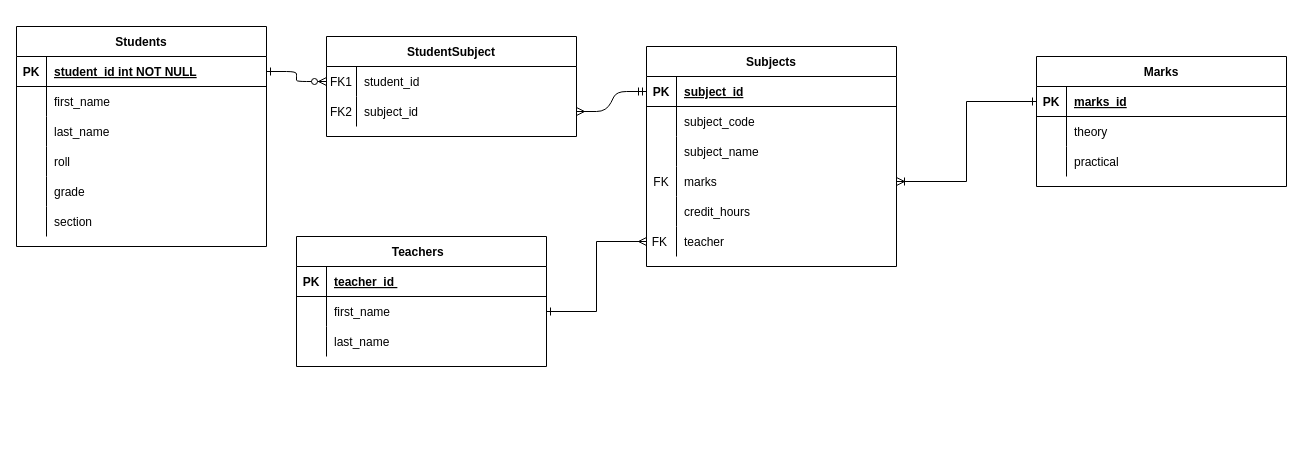
Bhuwan-web/gradesheet keeps this draw.io diagram as student_record/Untitled Diagram.drawio. Above is the earlier version. Source tidied: cells renumbered, new cells numbered last; positions are measured from the earlier drawing's top-left corner, leaving out a move shared by most shapes. Both pictures are drawn from the tidied source at 100%, with x=0, y=0 at pixel (16, 26).
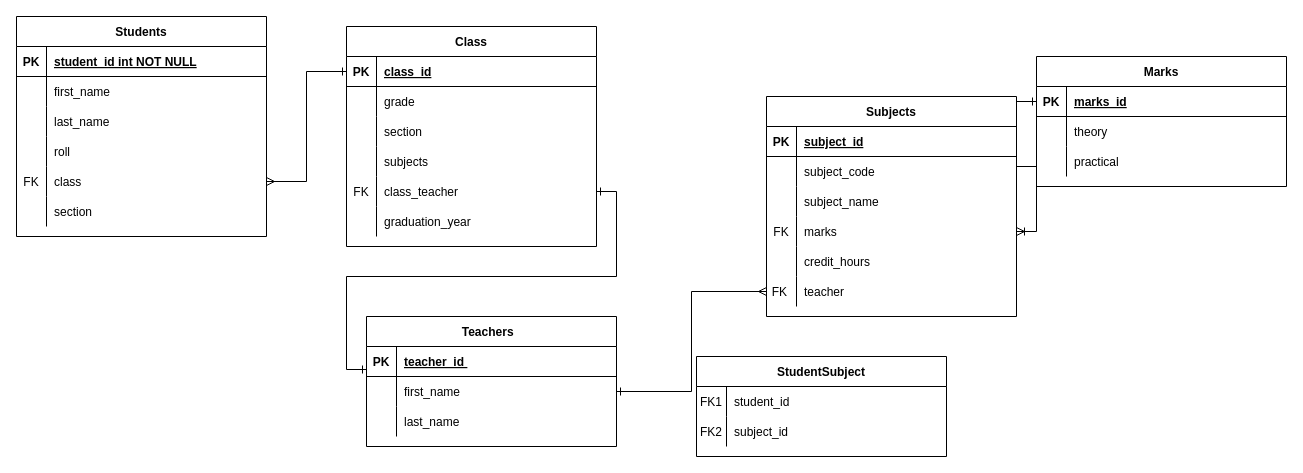
Above is the later version.

The change refers to these unchanged cells:
```xml
<mxCell id="5" style="shape=partialRectangle;fillColor=none;points=[[0,0.5],[1,0.5]];portConstraint=eastwest;top=0;left=0;right=0;bottom=0;" parent="4" vertex="1">
  <mxGeometry y="30" width="250" height="30" as="geometry" />
</mxCell>
<mxCell id="8" style="shape=partialRectangle;fillColor=none;points=[[0,0.5],[1,0.5]];portConstraint=eastwest;top=0;left=0;right=0;bottom=0;" parent="4" vertex="1">
  <mxGeometry y="60" width="250" height="30" as="geometry" />
</mxCell>
<mxCell id="12" style="shape=partialRectangle;fillColor=none;points=[[0,0.5],[1,0.5]];portConstraint=eastwest;top=0;left=0;right=0;bottom=1;" parent="11" vertex="1">
  <mxGeometry y="30" width="250" height="30" as="geometry" />
</mxCell>
<mxCell id="41" style="shape=partialRectangle;fillColor=none;points=[[0,0.5],[1,0.5]];portConstraint=eastwest;top=0;left=0;right=0;bottom=1;" parent="40" vertex="1">
  <mxGeometry y="30" width="250" height="30" as="geometry" />
</mxCell>
<mxCell id="53" style="shape=partialRectangle;fillColor=none;points=[[0,0.5],[1,0.5]];portConstraint=eastwest;top=0;left=0;right=0;bottom=0;" parent="40" vertex="1">
  <mxGeometry y="150" width="250" height="30" as="geometry" />
</mxCell>
<mxCell id="60" style="shape=partialRectangle;fillColor=none;points=[[0,0.5],[1,0.5]];portConstraint=eastwest;top=0;left=0;right=0;bottom=1;" parent="59" vertex="1">
  <mxGeometry y="30" width="250" height="30" as="geometry" />
</mxCell>
```

Diff of the diagram source:
```diff
@@
-    <mxCell id="2" style="edgeStyle=entityRelationEdgeStyle;endArrow=ERzeroToMany;startArrow=ERone;endFill=1;startFill=0;" parent="1" edge="1" source="41" target="5">
-      <mxGeometry relative="1" as="geometry" />
-    </mxCell>
-    <mxCell id="3" style="edgeStyle=entityRelationEdgeStyle;endArrow=ERmandOne;startArrow=ERmany;endFill=0;startFill=0;entryX=0;entryY=0.5;entryDx=0;entryDy=0;" parent="1" edge="1" source="8" target="12">
-      <mxGeometry relative="1" as="geometry">
-        <Array as="points">
-          <mxPoint x="727" y="133" />
-        </Array>
-      </mxGeometry>
-    </mxCell>
     <mxCell id="4" value="StudentSubject" style="shape=table;startSize=30;childLayout=tableLayout;rowLines=0;fontStyle=1;align=center;" parent="1" vertex="1">
-      <mxGeometry x="310" y="10" width="250" height="100" as="geometry" />
+      <mxGeometry x="680" y="330" width="250" height="100" as="geometry" />
     </mxCell>
@@
     <mxCell id="11" value="Subjects" style="shape=table;startSize=30;childLayout=tableLayout;rowLines=0;fontStyle=1;align=center;" parent="1" vertex="1">
-      <mxGeometry x="630" y="20" width="250" height="220" as="geometry" />
+      <mxGeometry x="750" y="70" width="250" height="220" as="geometry" />
     </mxCell>
@@
     <mxCell id="40" value="Students" style="shape=table;startSize=30;childLayout=tableLayout;rowLines=0;fontStyle=1;align=center;" parent="1" vertex="1">
-      <mxGeometry width="250" height="220" as="geometry" />
+      <mxGeometry y="-10" width="250" height="220" as="geometry" />
     </mxCell>
@@
-    <mxCell id="54" style="shape=partialRectangle;overflow=hidden;fillColor=none;top=0;left=0;bottom=0;right=0;" parent="53" vertex="1">
+    <mxCell id="54" value="FK" style="shape=partialRectangle;overflow=hidden;fillColor=none;top=0;left=0;bottom=0;right=0;" parent="53" vertex="1">
       <mxGeometry width="30" height="30" as="geometry" />
     </mxCell>
-    <mxCell id="55" value="grade" style="shape=partialRectangle;overflow=hidden;fillColor=none;top=0;left=0;bottom=0;right=0;align=left;spacingLeft=6;" parent="53" vertex="1">
+    <mxCell id="55" value="class" style="shape=partialRectangle;overflow=hidden;fillColor=none;top=0;left=0;bottom=0;right=0;align=left;spacingLeft=6;" parent="53" vertex="1">
       <mxGeometry x="30" width="220" height="30" as="geometry" />
     </mxCell>
@@
     <mxCell id="59" value="Teachers  " style="shape=table;startSize=30;childLayout=tableLayout;rowLines=0;fontStyle=1;align=center;" parent="1" vertex="1">
-      <mxGeometry x="280" y="210" width="250" height="130" as="geometry" />
+      <mxGeometry x="350" y="290" width="250" height="130" as="geometry" />
     </mxCell>
@@
+    <mxCell id="71" value="Class" style="shape=table;startSize=30;childLayout=tableLayout;rowLines=0;fontStyle=1;align=center;" parent="1" vertex="1">
+      <mxGeometry x="330" width="250" height="220" as="geometry" />
+    </mxCell>
+    <mxCell id="72" style="shape=partialRectangle;fillColor=none;points=[[0,0.5],[1,0.5]];portConstraint=eastwest;top=0;left=0;right=0;bottom=1;" parent="71" vertex="1">
+      <mxGeometry y="30" width="250" height="30" as="geometry" />
+    </mxCell>
+    <mxCell id="73" value="PK" style="shape=partialRectangle;overflow=hidden;fillColor=none;top=0;left=0;bottom=0;right=0;fontStyle=1;" parent="72" vertex="1">
+      <mxGeometry width="30" height="30" as="geometry" />
+    </mxCell>
+    <mxCell id="74" value="class_id" style="shape=partialRectangle;overflow=hidden;fillColor=none;top=0;left=0;bottom=0;right=0;align=left;spacingLeft=6;fontStyle=5;" parent="72" vertex="1">
+      <mxGeometry x="30" width="220" height="30" as="geometry" />
+    </mxCell>
+    <mxCell id="75" style="shape=partialRectangle;fillColor=none;top=0;left=0;right=0;bottom=0;" parent="71" vertex="1">
+      <mxGeometry y="60" width="250" height="30" as="geometry" />
+    </mxCell>
+    <mxCell id="76" style="shape=partialRectangle;overflow=hidden;fillColor=none;top=0;left=0;bottom=0;right=0;" parent="75" vertex="1">
+      <mxGeometry width="30" height="30" as="geometry" />
+    </mxCell>
+    <mxCell id="77" value="grade  " style="shape=partialRectangle;overflow=hidden;fillColor=none;top=0;left=0;bottom=0;right=0;align=left;spacingLeft=6;" parent="75" vertex="1">
+      <mxGeometry x="30" width="220" height="30" as="geometry" />
+    </mxCell>
+    <mxCell id="78" style="shape=partialRectangle;fillColor=none;top=0;left=0;right=0;bottom=0;" parent="71" vertex="1">
+      <mxGeometry y="90" width="250" height="30" as="geometry" />
+    </mxCell>
+    <mxCell id="79" value="&#10;" style="shape=partialRectangle;overflow=hidden;fillColor=none;top=0;left=0;bottom=0;right=0;" parent="78" vertex="1">
+      <mxGeometry width="30" height="30" as="geometry" />
+    </mxCell>
+    <mxCell id="80" value="section" style="shape=partialRectangle;overflow=hidden;fillColor=none;top=0;left=0;bottom=0;right=0;align=left;spacingLeft=6;" parent="78" vertex="1">
+      <mxGeometry x="30" width="220" height="30" as="geometry" />
+    </mxCell>
+    <mxCell id="81" style="shape=partialRectangle;fillColor=none;top=0;left=0;right=0;bottom=0;" parent="71" vertex="1">
+      <mxGeometry y="120" width="250" height="30" as="geometry" />
+    </mxCell>
+    <mxCell id="82" style="shape=partialRectangle;overflow=hidden;fillColor=none;top=0;left=0;bottom=0;right=0;" parent="81" vertex="1">
+      <mxGeometry width="30" height="30" as="geometry" />
+    </mxCell>
+    <mxCell id="83" value="subjects" style="shape=partialRectangle;overflow=hidden;fillColor=none;top=0;left=0;bottom=0;right=0;align=left;spacingLeft=6;" parent="81" vertex="1">
+      <mxGeometry x="30" width="220" height="30" as="geometry" />
+    </mxCell>
+    <mxCell id="84" style="shape=partialRectangle;fillColor=none;points=[[0,0.5],[1,0.5]];portConstraint=eastwest;top=0;left=0;right=0;bottom=0;" parent="71" vertex="1">
+      <mxGeometry y="150" width="250" height="30" as="geometry" />
+    </mxCell>
+    <mxCell id="85" value="FK" style="shape=partialRectangle;overflow=hidden;fillColor=none;top=0;left=0;bottom=0;right=0;" parent="84" vertex="1">
+      <mxGeometry width="30" height="30" as="geometry" />
+    </mxCell>
+    <mxCell id="86" value="class_teacher" style="shape=partialRectangle;overflow=hidden;fillColor=none;top=0;left=0;bottom=0;right=0;align=left;spacingLeft=6;" parent="84" vertex="1">
+      <mxGeometry x="30" width="220" height="30" as="geometry" />
+    </mxCell>
+    <mxCell id="87" style="shape=partialRectangle;fillColor=none;top=0;left=0;right=0;bottom=0;" parent="71" vertex="1">
+      <mxGeometry y="180" width="250" height="30" as="geometry" />
+    </mxCell>
+    <mxCell id="88" value="&#10;" style="shape=partialRectangle;overflow=hidden;fillColor=none;top=0;left=0;bottom=0;right=0;" parent="87" vertex="1">
+      <mxGeometry width="30" height="30" as="geometry" />
+    </mxCell>
+    <mxCell id="89" value="graduation_year" style="shape=partialRectangle;overflow=hidden;fillColor=none;top=0;left=0;bottom=0;right=0;align=left;spacingLeft=6;" parent="87" vertex="1">
+      <mxGeometry x="30" width="220" height="30" as="geometry" />
+    </mxCell>
+    <mxCell id="90" style="edgeStyle=orthogonalEdgeStyle;rounded=0;jettySize=auto;html=1;entryX=0;entryY=0.5;entryDx=0;entryDy=0;startArrow=ERmany;startFill=0;endArrow=ERone;endFill=0;" parent="1" edge="1" source="53" target="72">
+      <mxGeometry relative="1" as="geometry" />
+    </mxCell>
+    <mxCell id="91" style="edgeStyle=orthogonalEdgeStyle;rounded=0;jettySize=auto;html=1;entryX=0;entryY=0.767;entryDx=0;entryDy=0;entryPerimeter=0;startArrow=ERone;startFill=0;endArrow=ERone;endFill=0;" parent="1" edge="1" source="84" target="60">
+      <mxGeometry relative="1" as="geometry" />
+    </mxCell>
```
